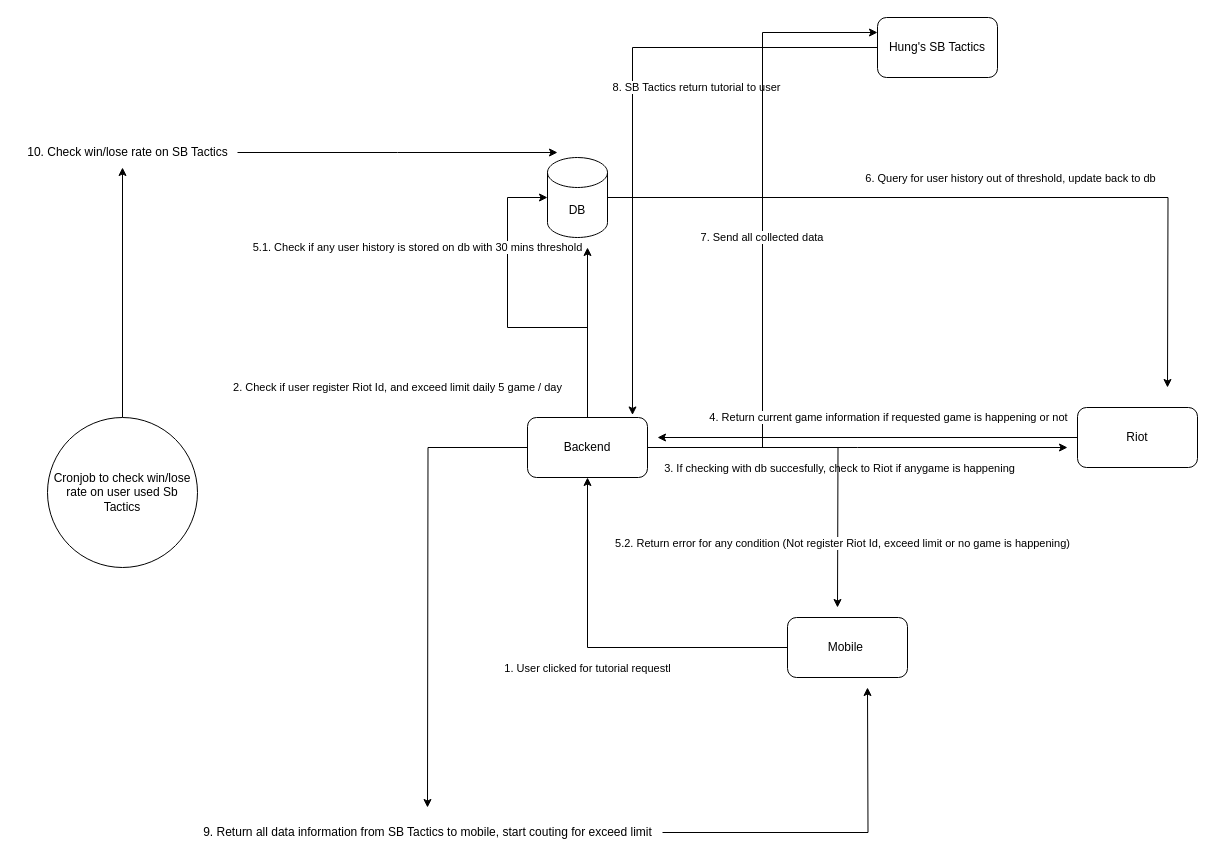
Earlier version of the draw.io diagram SBTactics-request.drawio (Zinley-dev/ios-app). Source tidied: cells renumbered, new cells numbered last; positions are measured from the earlier drawing's top-left corner, leaving out a move shared by most shapes. Both pictures are drawn from the tidied source at 100%, with x=0, y=0 at pixel (17, 17).
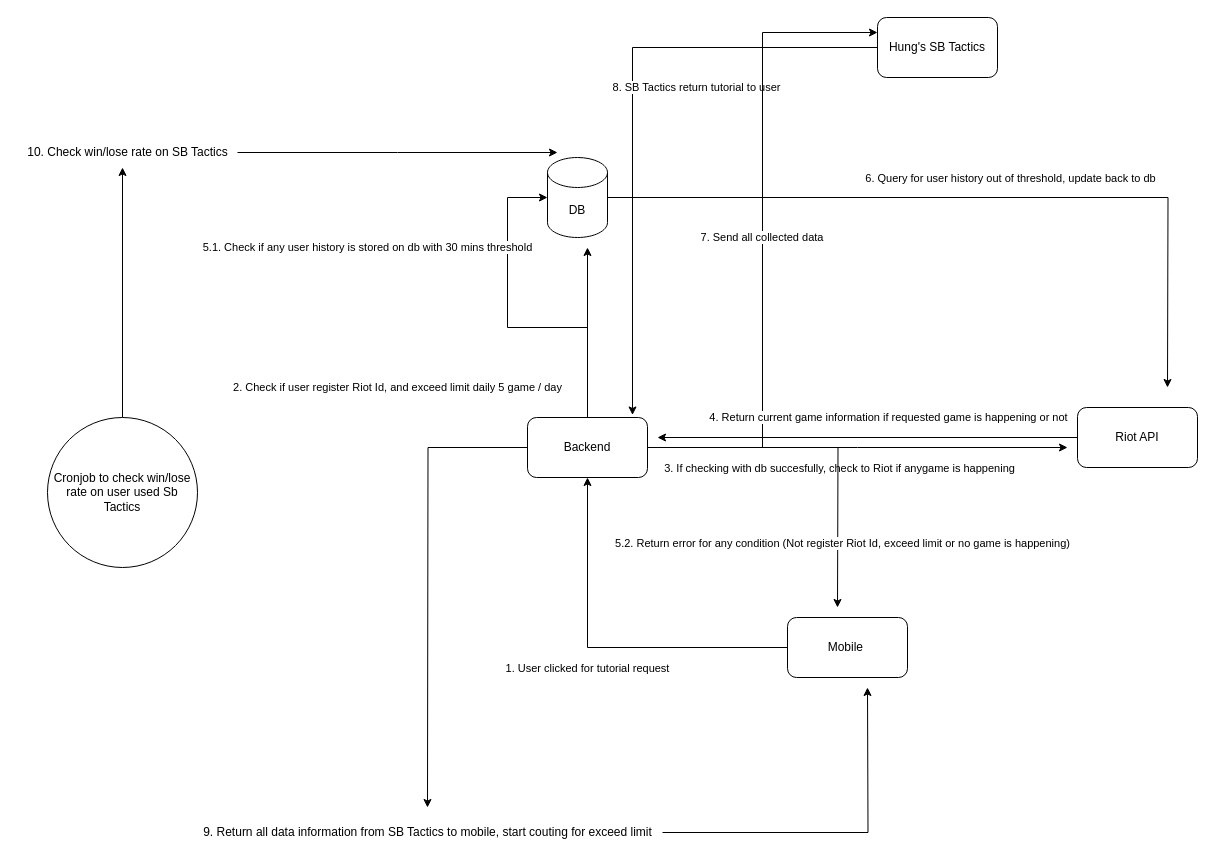
After the change.

Commit message (it also covers changes not shown here):
Cập nhật SBTactics-request.drawio

Unchanged cells that the change refers to:
```xml
<mxCell id="2" style="edgeStyle=orthogonalEdgeStyle;rounded=0;jettySize=auto;html=1;" parent="1" edge="1" source="4" target="16">
  <mxGeometry relative="1" as="geometry" />
</mxCell>
<mxCell id="16" value="Backend" style="rounded=1;whiteSpace=wrap;html=1;" parent="1" vertex="1">
  <mxGeometry x="510" y="400" width="120" height="60" as="geometry" />
</mxCell>
<mxCell id="19" value="DB&lt;br&gt;" style="shape=cylinder3;whiteSpace=wrap;html=1;boundedLbl=1;backgroundOutline=1;size=15;" parent="1" vertex="1">
  <mxGeometry x="530" y="140" width="60" height="80" as="geometry" />
</mxCell>
```

Diff of the diagram source:
```diff
@@
-    <mxCell id="3" value="1. User clicked for tutorial requestl" style="edgeLabel;html=1;align=center;verticalAlign=middle;" parent="2" vertex="1">
+    <mxCell id="3" value="1. User clicked for tutorial request" style="edgeLabel;html=1;align=center;verticalAlign=middle;" parent="2" vertex="1">
       <mxGeometry x="0.08" relative="1" as="geometry">
         <mxPoint x="-1" y="20" as="offset" />
       </mxGeometry>
     </mxCell>
@@
     <mxCell id="12" value="5.1. Check if any user history is stored on db with 30 mins threshold" style="edgeStyle=orthogonalEdgeStyle;rounded=0;jettySize=auto;html=1;entryX=0;entryY=0.5;entryDx=0;entryDy=0;entryPerimeter=0;" parent="1" edge="1" source="16" target="19">
-      <mxGeometry x="0.47" y="90" relative="1" as="geometry" />
+      <mxGeometry x="0.47" y="140" relative="1" as="geometry" />
     </mxCell>
@@
-    <mxCell id="21" value="Riot" style="rounded=1;whiteSpace=wrap;html=1;" parent="1" vertex="1">
+    <mxCell id="21" value="Riot API" style="rounded=1;whiteSpace=wrap;html=1;" parent="1" vertex="1">
       <mxGeometry x="1060" y="390" width="120" height="60" as="geometry" />
     </mxCell>
```
